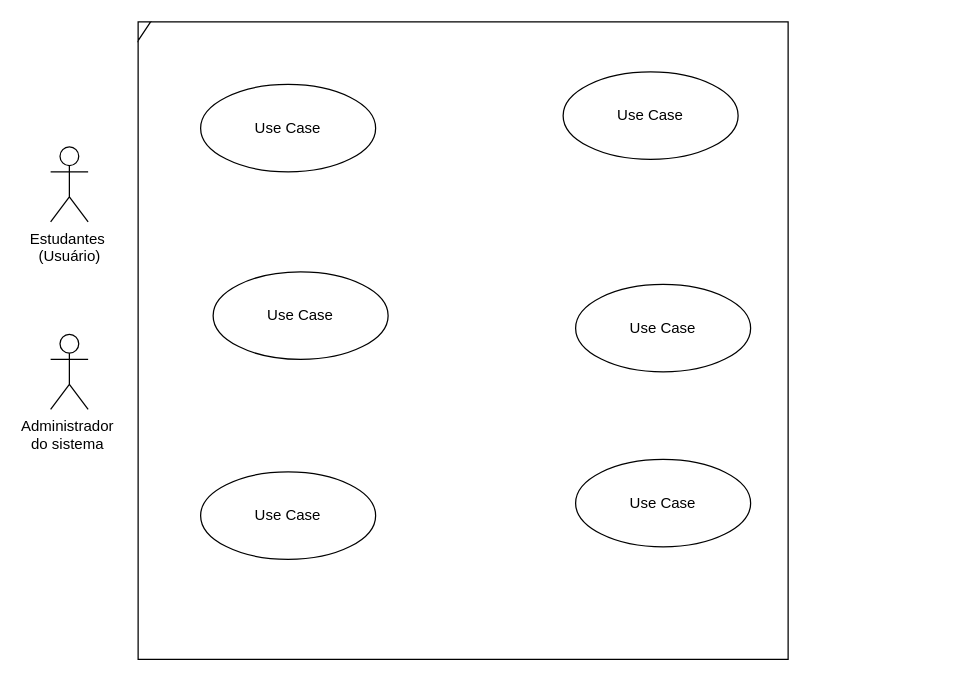
Above: CasosDEUsoPRojeto.drawio in arthurvignati/softwareEngineering (draw.io), before the change. Source tidied: cells renumbered, new cells numbered last; positions are measured from the earlier drawing's top-left corner, leaving out a move shared by most shapes. Both pictures are drawn from the tidied source at 125%, with x=0, y=0 at pixel (50, 21).
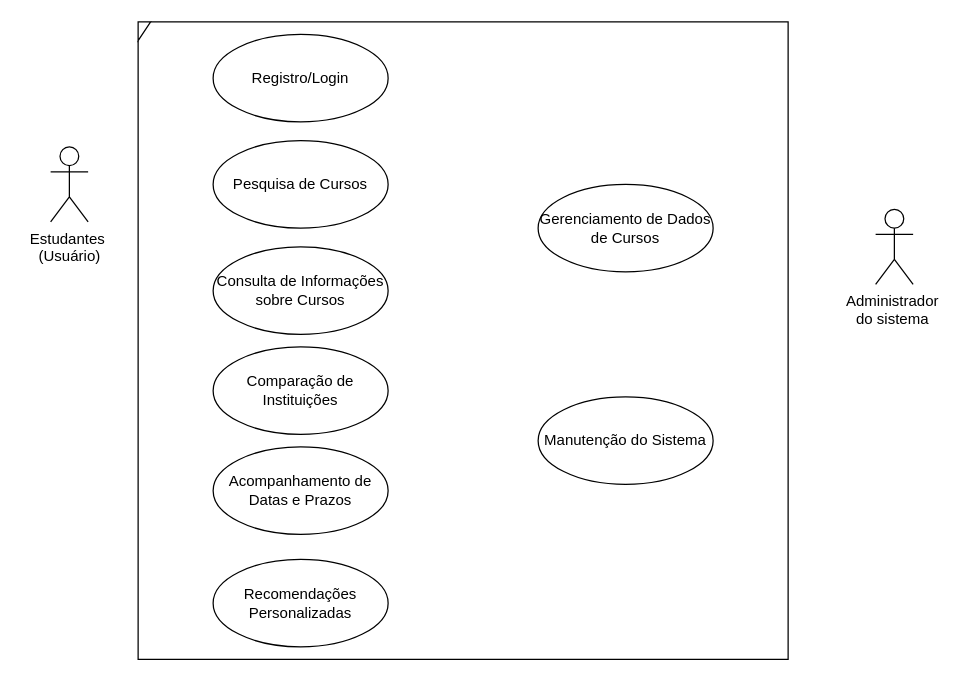
Above is the later version.

Change to the diagram source:
```diff
@@
 <mxGraphModel>
   <root>
     <mxCell id="0" />
     <mxCell id="1" parent="0" />
     <mxCell id="2" value="Estudantes&amp;nbsp;&lt;div&gt;(Usuário)&lt;/div&gt;" style="shape=umlActor;verticalLabelPosition=bottom;verticalAlign=top;html=1;" parent="1" vertex="1">
       <mxGeometry y="100" width="30" height="60" as="geometry" />
     </mxCell>
     <mxCell id="3" value="Administrador&amp;nbsp;&lt;div&gt;do sistema&amp;nbsp;&lt;/div&gt;" style="shape=umlActor;verticalLabelPosition=bottom;verticalAlign=top;html=1;" parent="1" vertex="1">
-      <mxGeometry y="250" width="30" height="60" as="geometry" />
+      <mxGeometry x="660" y="150" width="30" height="60" as="geometry" />
     </mxCell>
     <mxCell id="4" style="shape=umlFrame;whiteSpace=wrap;html=1;width=10;height=15;" parent="1" vertex="1">
       <mxGeometry x="70" width="520" height="510" as="geometry" />
     </mxCell>
-    <mxCell id="5" value="Use Case" style="ellipse;whiteSpace=wrap;html=1;" parent="1" vertex="1">
-      <mxGeometry x="120" y="50" width="140" height="70" as="geometry" />
+    <mxCell id="5" value="Registro/Login" style="ellipse;whiteSpace=wrap;html=1;" parent="1" vertex="1">
+      <mxGeometry x="130" y="10" width="140" height="70" as="geometry" />
     </mxCell>
-    <mxCell id="6" value="Use Case" style="ellipse;whiteSpace=wrap;html=1;" parent="1" vertex="1">
-      <mxGeometry x="130" y="200" width="140" height="70" as="geometry" />
+    <mxCell id="6" value="Pesquisa de Cursos" style="ellipse;whiteSpace=wrap;html=1;" parent="1" vertex="1">
+      <mxGeometry x="130" y="95" width="140" height="70" as="geometry" />
     </mxCell>
-    <mxCell id="7" value="Use Case" style="ellipse;whiteSpace=wrap;html=1;" parent="1" vertex="1">
-      <mxGeometry x="120" y="360" width="140" height="70" as="geometry" />
+    <mxCell id="7" value="Consulta de Informações sobre Cursos" style="ellipse;whiteSpace=wrap;html=1;" parent="1" vertex="1">
+      <mxGeometry x="130" y="180" width="140" height="70" as="geometry" />
     </mxCell>
-    <mxCell id="8" value="Use Case" style="ellipse;whiteSpace=wrap;html=1;" parent="1" vertex="1">
-      <mxGeometry x="410" y="40" width="140" height="70" as="geometry" />
+    <mxCell id="8" value="Recomendações Personalizadas" style="ellipse;whiteSpace=wrap;html=1;" parent="1" vertex="1">
+      <mxGeometry x="130" y="430" width="140" height="70" as="geometry" />
     </mxCell>
-    <mxCell id="9" value="Use Case" style="ellipse;whiteSpace=wrap;html=1;" parent="1" vertex="1">
-      <mxGeometry x="420" y="210" width="140" height="70" as="geometry" />
+    <mxCell id="9" value="Comparação de Instituições" style="ellipse;whiteSpace=wrap;html=1;" parent="1" vertex="1">
+      <mxGeometry x="130" y="260" width="140" height="70" as="geometry" />
     </mxCell>
-    <mxCell id="10" value="Use Case" style="ellipse;whiteSpace=wrap;html=1;" parent="1" vertex="1">
-      <mxGeometry x="420" y="350" width="140" height="70" as="geometry" />
+    <mxCell id="10" value="Acompanhamento de Datas e Prazos" style="ellipse;whiteSpace=wrap;html=1;" parent="1" vertex="1">
+      <mxGeometry x="130" y="340" width="140" height="70" as="geometry" />
     </mxCell>
+    <mxCell id="11" value="Gerenciamento de Dados de Cursos" style="ellipse;whiteSpace=wrap;html=1;" parent="1" vertex="1">
+      <mxGeometry x="390" y="130" width="140" height="70" as="geometry" />
+    </mxCell>
+    <mxCell id="12" value="Manutenção do Sistema" style="ellipse;whiteSpace=wrap;html=1;" parent="1" vertex="1">
+      <mxGeometry x="390" y="300" width="140" height="70" as="geometry" />
+    </mxCell>
   </root>
 </mxGraphModel>
```
